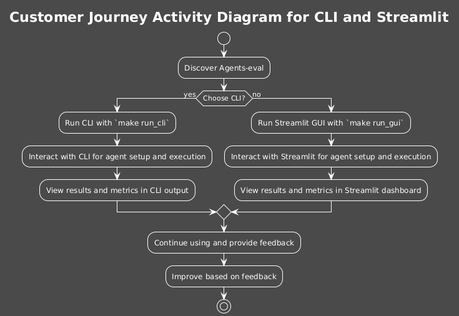
Before: assets/images/customer-journey-activity-dark.png, a diagram exported from PlantUML (qte77/Agents-eval).
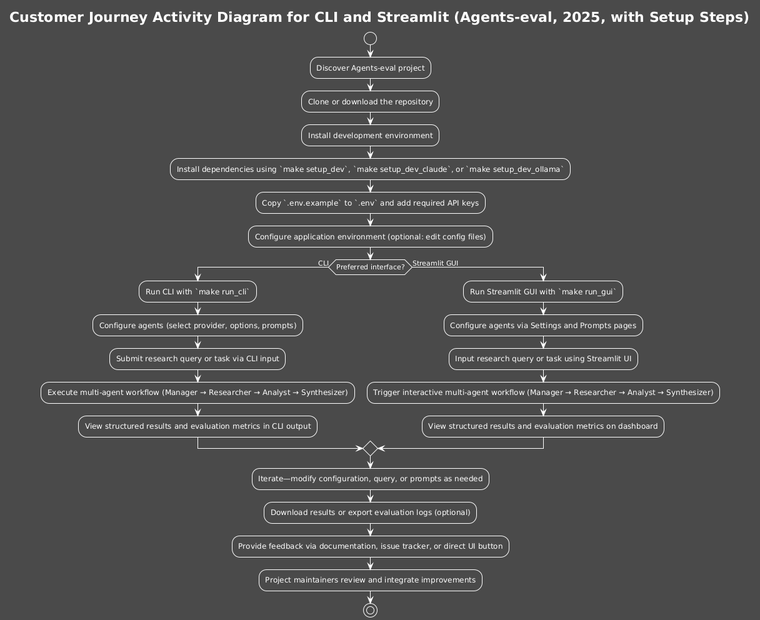
After the change.

Change to the diagram source:
```diff
@@ -2,21 +2,36 @@
 !theme amiga
 skinparam monochrome true
 
-title Customer Journey Activity Diagram for CLI and Streamlit
+title Customer Journey Activity Diagram for CLI and Streamlit (Agents-eval, 2025, with Setup Steps)
 
 start
-:Discover Agents-eval;
-if (Choose CLI?) then (yes)
+
+:Discover Agents-eval project;
+
+:Clone or download the repository;
+:Install development environment;
+:Install dependencies using `make setup_dev`, `make setup_dev_claude`, or `make setup_dev_ollama`;
+:Copy `.env.example` to `.env` and add required API keys;
+:Configure application environment (optional: edit config files);
+
+if (Preferred interface?) then (CLI)
   :Run CLI with `make run_cli`;
-  :Interact with CLI for agent setup and execution;
-  :View results and metrics in CLI output;
-else (no)
+  :Configure agents (select provider, options, prompts);
+  :Submit research query or task via CLI input;
+  :Execute multi-agent workflow (Manager → Researcher → Analyst → Synthesizer);
+  :View structured results and evaluation metrics in CLI output;
+else (Streamlit GUI)
   :Run Streamlit GUI with `make run_gui`;
-  :Interact with Streamlit for agent setup and execution;
-  :View results and metrics in Streamlit dashboard;
+  :Configure agents via Settings and Prompts pages;
+  :Input research query or task using Streamlit UI;
+  :Trigger interactive multi-agent workflow (Manager → Researcher → Analyst → Synthesizer);
+  :View structured results and evaluation metrics on dashboard;
 endif
-:Continue using and provide feedback;
-:Improve based on feedback;
+
+:Iterate—modify configuration, query, or prompts as needed;
+:Download results or export evaluation logs (optional);
+:Provide feedback via documentation, issue tracker, or direct UI button;
+:Project maintainers review and integrate improvements;
 
 stop
 @enduml
```
